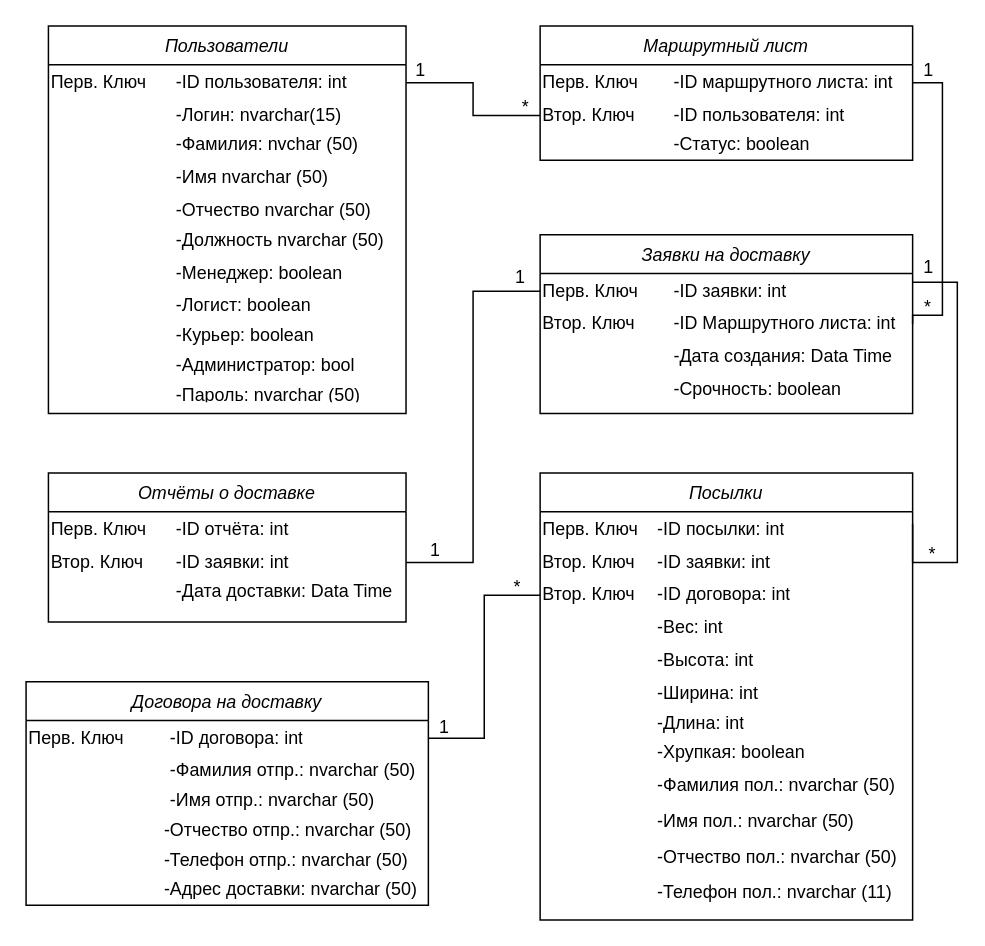
This is Курсач/Draw io/Логическая диаграмма классов базы данных.drawio from JolyBin/-Study, a draw.io file, before an edit. Source tidied: cells renumbered, new cells numbered last; positions are measured from the earlier drawing's top-left corner, leaving out a move shared by most shapes. Both pictures are drawn from the tidied source at 149%, with x=0, y=0 at pixel (25, 25).
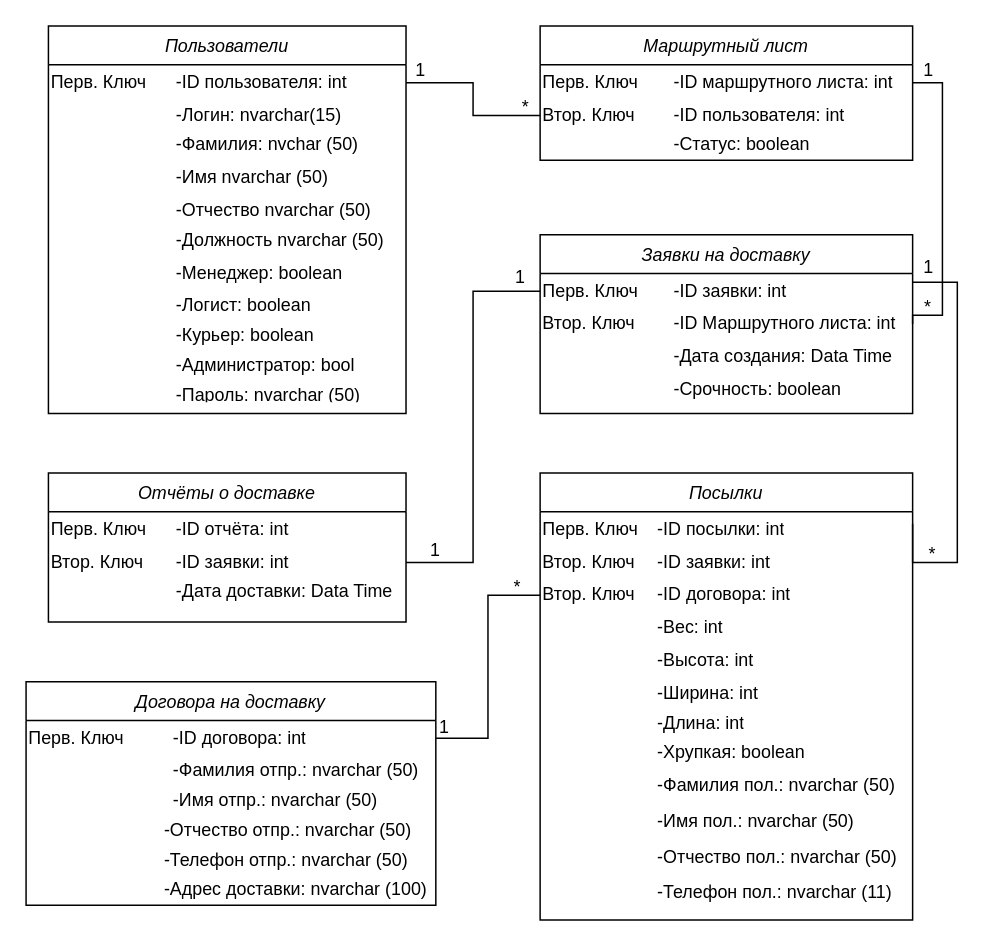
Above is the later version.

Diff of the diagram source:
```diff
@@
     <mxCell id="128" value="Договора на доставку" style="swimlane;fontStyle=2;align=center;verticalAlign=top;horizontal=1;startSize=26;rounded=0;shadow=0;strokeWidth=1;" parent="1" vertex="1">
-      <mxGeometry y="440" width="270" height="150" as="geometry" />
+      <mxGeometry y="440" width="275" height="150" as="geometry" />
     </mxCell>
     <mxCell id="129" style="shape=table;html=1;whiteSpace=wrap;startSize=0;childLayout=tableLayout;fillColor=none;align=left;strokeColor=none;" parent="128" vertex="1">
-      <mxGeometry y="26" width="270" height="64" as="geometry" />
+      <mxGeometry y="26" width="275" height="64" as="geometry" />
     </mxCell>
     <mxCell id="130" style="shape=partialRectangle;html=1;whiteSpace=wrap;fillColor=none;top=0;left=0;bottom=0;right=0;points=[[0,0.5],[1,0.5]];portConstraint=eastwest;" parent="129" vertex="1">
-      <mxGeometry width="270" height="24" as="geometry" />
+      <mxGeometry width="275" height="24" as="geometry" />
     </mxCell>
     <mxCell id="131" value="Перв. Ключ" style="shape=partialRectangle;html=1;whiteSpace=wrap;overflow=hidden;fillColor=none;top=0;left=0;bottom=0;right=0;align=left;" parent="130" vertex="1">
-      <mxGeometry width="95" height="24" as="geometry" />
+      <mxGeometry width="97" height="24" as="geometry" />
     </mxCell>
     <mxCell id="132" value="-ID договора: int" style="shape=partialRectangle;html=1;whiteSpace=wrap;overflow=hidden;fillColor=none;top=0;left=0;bottom=0;right=0;align=left;" parent="130" vertex="1">
-      <mxGeometry x="95" width="175" height="24" as="geometry" />
+      <mxGeometry x="97" width="178" height="24" as="geometry" />
     </mxCell>
     <mxCell id="133" style="shape=partialRectangle;html=1;whiteSpace=wrap;fillColor=none;top=0;left=0;bottom=0;right=0;" parent="129" vertex="1">
-      <mxGeometry y="24" width="270" height="20" as="geometry" />
+      <mxGeometry y="24" width="275" height="20" as="geometry" />
     </mxCell>
     <mxCell id="134" style="shape=partialRectangle;html=1;whiteSpace=wrap;overflow=hidden;fillColor=none;top=0;left=0;bottom=0;right=0;align=left;" parent="133" vertex="1">
-      <mxGeometry width="95" height="20" as="geometry" />
+      <mxGeometry width="97" height="20" as="geometry" />
     </mxCell>
     <mxCell id="135" value="-Фамилия отпр.: nvarchar (50)" style="shape=partialRectangle;html=1;whiteSpace=wrap;overflow=hidden;fillColor=none;top=0;left=0;bottom=0;right=0;align=left;" parent="133" vertex="1">
-      <mxGeometry x="95" width="175" height="20" as="geometry" />
+      <mxGeometry x="97" width="178" height="20" as="geometry" />
     </mxCell>
     <mxCell id="136" style="shape=partialRectangle;html=1;whiteSpace=wrap;fillColor=none;top=0;left=0;bottom=0;right=0;" parent="129" vertex="1">
-      <mxGeometry y="44" width="270" height="20" as="geometry" />
+      <mxGeometry y="44" width="275" height="20" as="geometry" />
     </mxCell>
     <mxCell id="137" style="shape=partialRectangle;html=1;whiteSpace=wrap;overflow=hidden;fillColor=none;top=0;left=0;bottom=0;right=0;" parent="136" vertex="1">
-      <mxGeometry width="95" height="20" as="geometry" />
+      <mxGeometry width="97" height="20" as="geometry" />
     </mxCell>
     <mxCell id="138" value="-Имя отпр.: nvarchar (50)" style="shape=partialRectangle;html=1;whiteSpace=wrap;overflow=hidden;fillColor=none;top=0;left=0;bottom=0;right=0;align=left;" parent="136" vertex="1">
-      <mxGeometry x="95" width="175" height="20" as="geometry" />
+      <mxGeometry x="97" width="178" height="20" as="geometry" />
     </mxCell>
     <mxCell id="139" style="shape=partialRectangle;html=1;whiteSpace=wrap;fillColor=none;top=0;left=0;bottom=0;right=0;" parent="128" vertex="1">
-      <mxGeometry y="90" width="270" height="20" as="geometry" />
+      <mxGeometry y="90" width="275" height="20" as="geometry" />
     </mxCell>
@@
     <mxCell id="142" style="shape=partialRectangle;html=1;whiteSpace=wrap;fillColor=none;top=0;left=0;bottom=0;right=0;" parent="128" vertex="1">
-      <mxGeometry y="110" width="270" height="20" as="geometry" />
+      <mxGeometry y="110" width="275" height="20" as="geometry" />
     </mxCell>
@@
     <mxCell id="145" style="shape=partialRectangle;html=1;whiteSpace=wrap;fillColor=none;top=0;left=0;bottom=0;right=0;" parent="128" vertex="1">
-      <mxGeometry y="130" width="270" height="20" as="geometry" />
+      <mxGeometry y="130" width="275" height="20" as="geometry" />
     </mxCell>
@@
-    <mxCell id="147" value="-Адрес доставки: nvarchar (50)" style="shape=partialRectangle;html=1;whiteSpace=wrap;overflow=hidden;fillColor=none;top=0;left=0;bottom=0;right=0;align=left;" parent="145" vertex="1">
+    <mxCell id="147" value="-Адрес доставки: nvarchar (100)" style="shape=partialRectangle;html=1;whiteSpace=wrap;overflow=hidden;fillColor=none;top=0;left=0;bottom=0;right=0;align=left;" parent="145" vertex="1">
       <mxGeometry x="91" width="179" height="20" as="geometry" />
     </mxCell>
```
